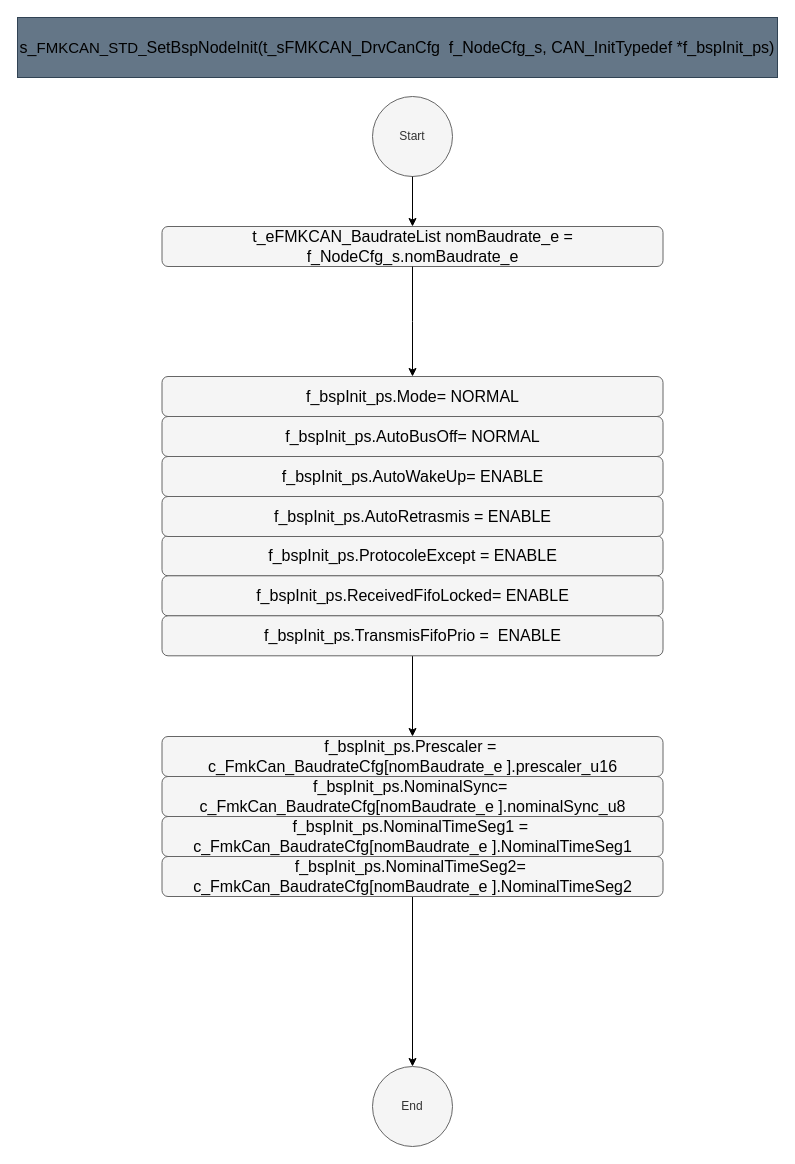
The draw.io diagram page "sCAN_SetBspCfg" (11 of 15) of src/1_FMK/FMK_HAL/FMK_CAN/Doc/Architecture/FMK_CAN.drawio in mbarbeau0545/PickersRobotPOC, before the edit. Source tidied: cells renumbered, new cells numbered last; positions are measured from the earlier drawing's top-left corner, leaving out a move shared by most shapes. Both pictures are drawn from the tidied source at 100%, with x=0, y=0 at pixel (17, 17).
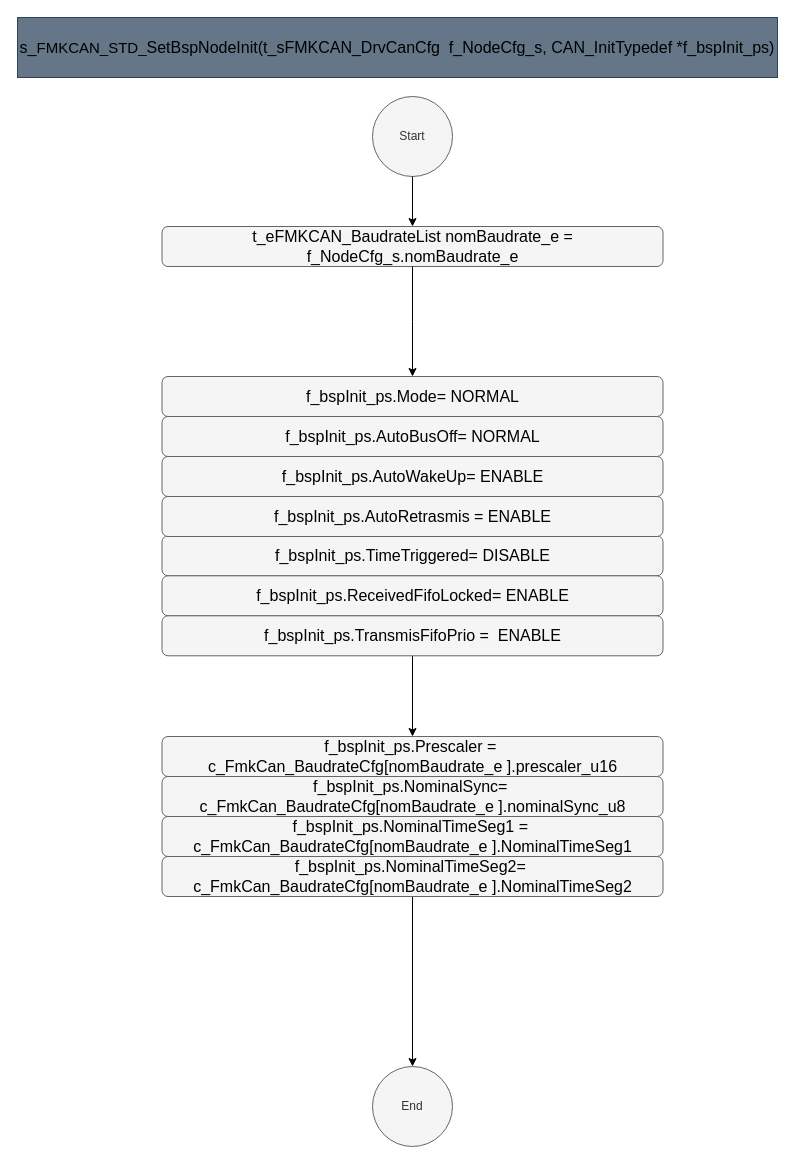
The same page after the edit.

The edit, as a diff of the source:
```diff
@@
-    <mxCell id="7" value="&lt;span style=&quot;color: rgb(0, 0, 0); font-size: 16px;&quot;&gt;f_bspInit_ps.ProtocoleExcept&amp;nbsp;&lt;/span&gt;&lt;font color=&quot;#000000&quot;&gt;&lt;span style=&quot;font-size: 16px;&quot;&gt;= ENABLE&lt;/span&gt;&lt;/font&gt;" style="rounded=1;whiteSpace=wrap;html=1;fillColor=#f5f5f5;fontColor=#333333;strokeColor=#666666;" parent="1" vertex="1">
+    <mxCell id="7" value="&lt;span style=&quot;color: rgb(0, 0, 0); font-size: 16px;&quot;&gt;f_bspInit_ps.TimeTriggered&lt;/span&gt;&lt;font color=&quot;#000000&quot;&gt;&lt;span style=&quot;font-size: 16px;&quot;&gt;= DISABLE&lt;/span&gt;&lt;/font&gt;" style="rounded=1;whiteSpace=wrap;html=1;fillColor=#f5f5f5;fontColor=#333333;strokeColor=#666666;" parent="1" vertex="1">
       <mxGeometry x="144.5" y="518.3" width="501" height="40" as="geometry" />
     </mxCell>
```
